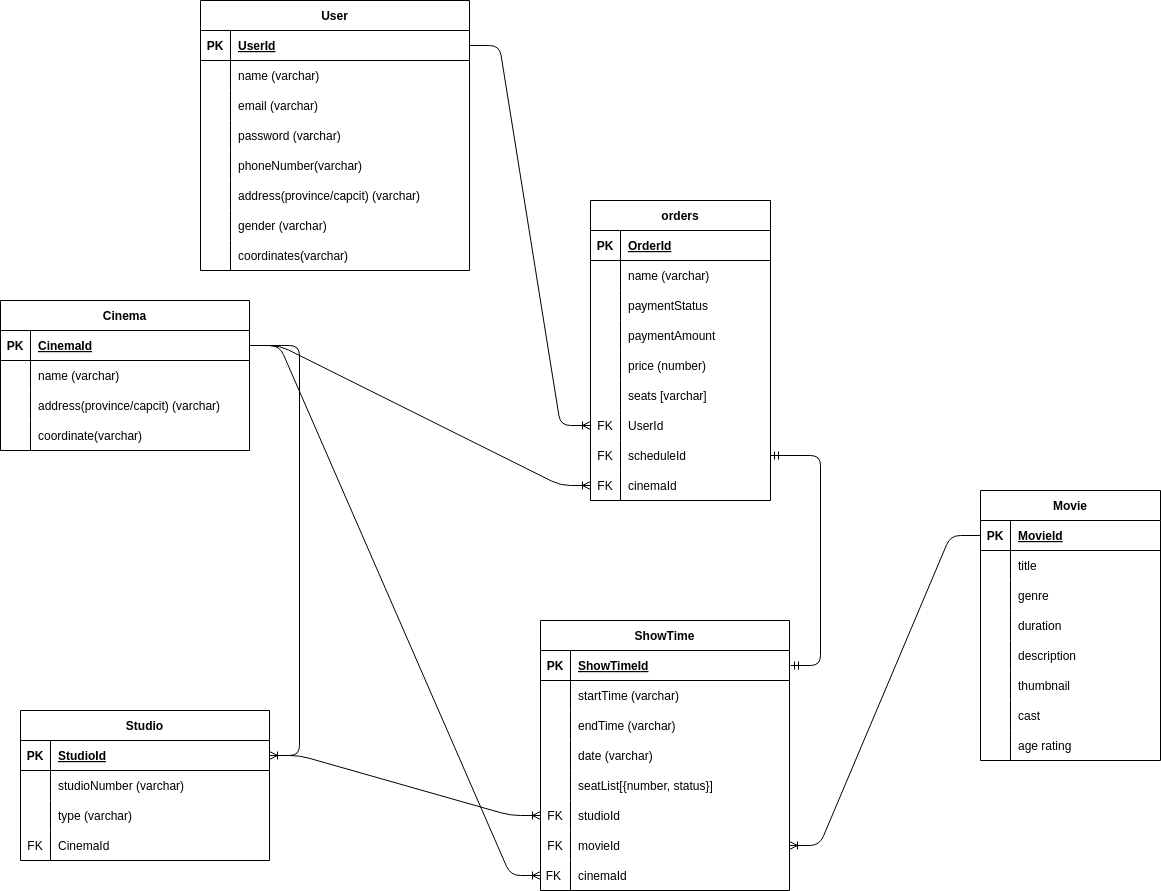
Before: schema.drawio.png, a diagram exported from draw.io (celestial-ticket/server). Source tidied: cells renumbered, new cells last; positions are measured from the earlier drawing's top-left corner, leaving out a move shared by most shapes.
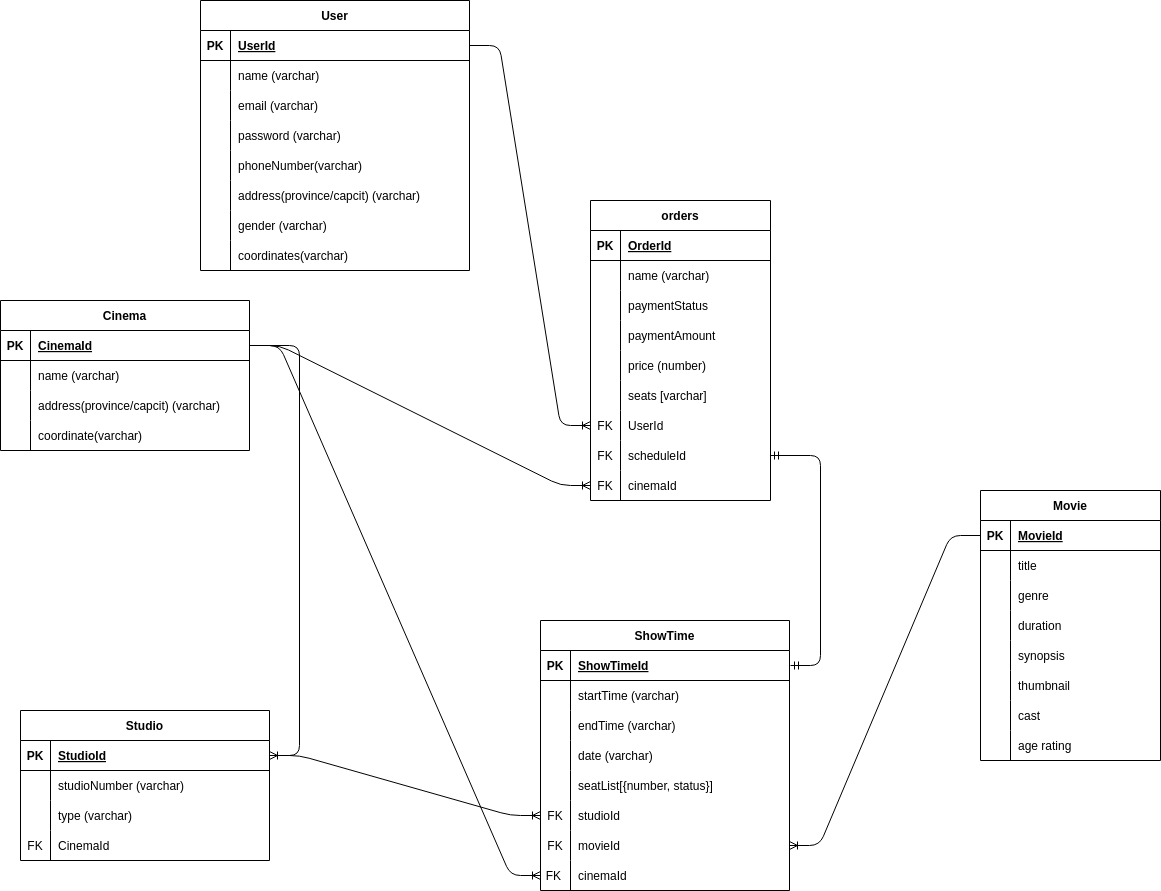
After the change.

Diff of the diagram source:
```diff
@@ -245,7 +245,7 @@
     <mxCell id="82" style="shape=partialRectangle;fillColor=none;top=0;left=0;bottom=0;right=0;overflow=hidden;" parent="81" vertex="1">
       <mxGeometry width="30" height="30" as="geometry" />
     </mxCell>
-    <mxCell id="83" value="description" style="shape=partialRectangle;fillColor=none;top=0;left=0;bottom=0;right=0;align=left;spacingLeft=6;overflow=hidden;" parent="81" vertex="1">
+    <mxCell id="83" value="synopsis" style="shape=partialRectangle;fillColor=none;top=0;left=0;bottom=0;right=0;align=left;spacingLeft=6;overflow=hidden;" parent="81" vertex="1">
       <mxGeometry x="30" width="150" height="30" as="geometry" />
     </mxCell>
     <mxCell id="84" style="shape=tableRow;horizontal=0;startSize=0;swimlaneHead=0;swimlaneBody=0;fillColor=none;top=0;left=0;right=0;bottom=0;" parent="68" vertex="1">
```
